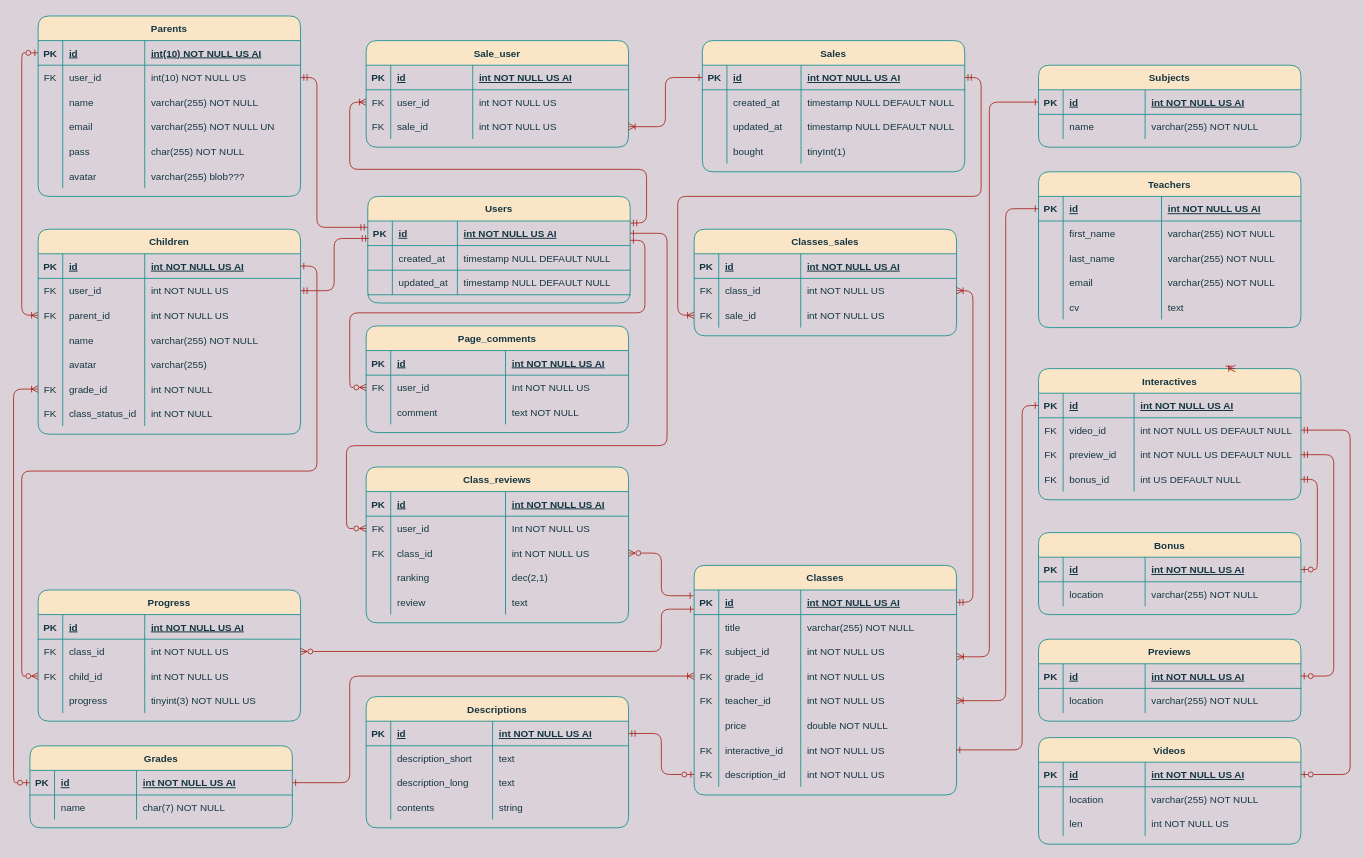
Earlier version of the draw.io diagram MundoSapienDB.drawio (0921CDFSNCN22LAED/grupo-02). Source tidied: cells renumbered, new cells numbered last; positions are measured from the earlier drawing's top-left corner, leaving out a move shared by most shapes. Both pictures are drawn from the tidied source at 82%, with x=0, y=0 at pixel (30, 16).
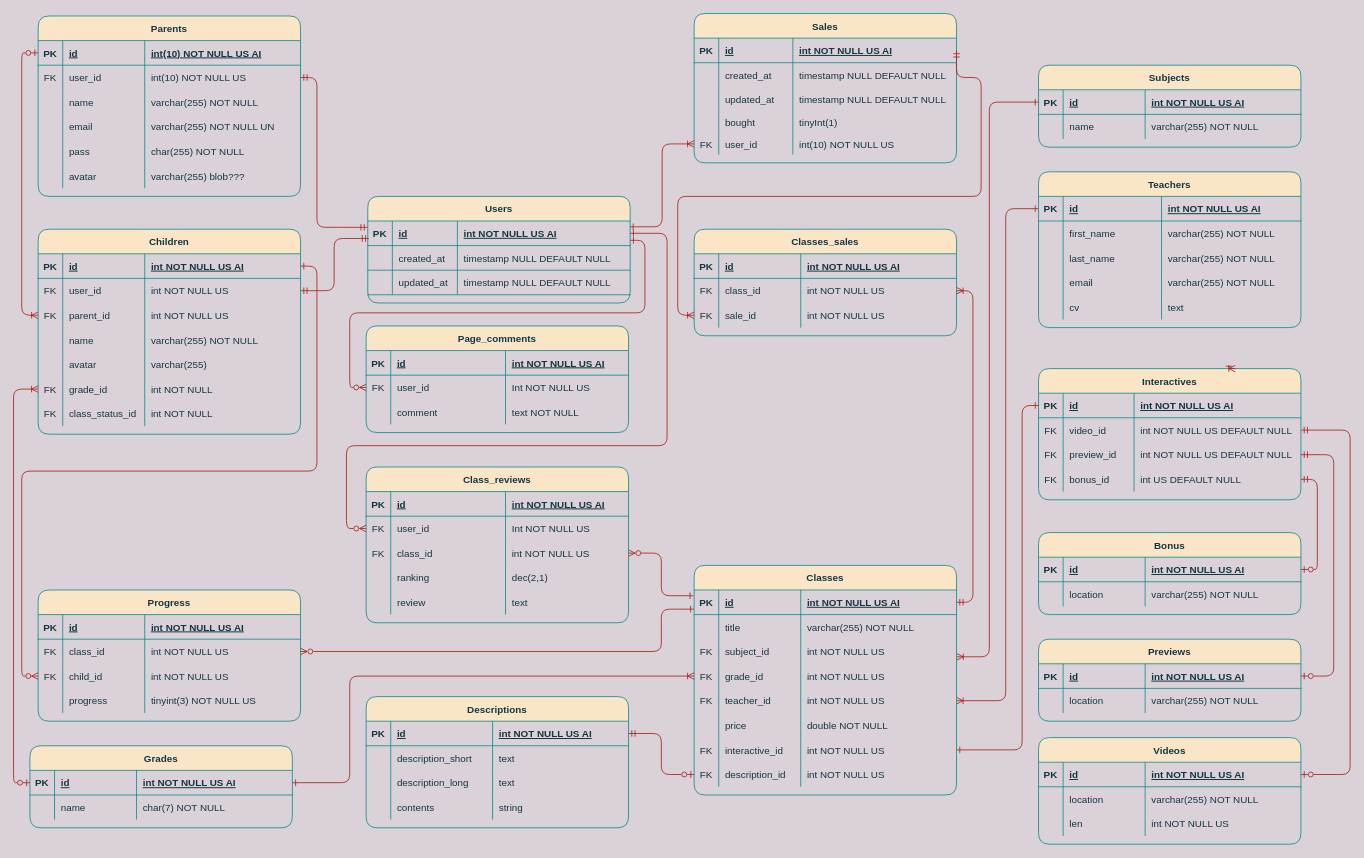
The same page after the edit.

Unchanged cells that the change refers to:
```xml
<mxCell id="204" style="shape=partialRectangle;fillColor=none;points=[[0,0.5],[1,0.5]];portConstraint=eastwest;top=0;left=0;right=0;bottom=1;rounded=1;strokeColor=#0F8B8D;fontColor=#143642;" parent="203" vertex="1">
  <mxGeometry y="30" width="320" height="30" as="geometry" />
</mxCell>
<mxCell id="250" value="Users" style="shape=table;startSize=30;childLayout=tableLayout;rowLines=0;fontStyle=1;align=center;rounded=1;fillColor=#FAE5C7;strokeColor=#0F8B8D;fontColor=#143642;" parent="1" vertex="1">
  <mxGeometry x="412" y="220" width="320" height="130" as="geometry" />
</mxCell>
<mxCell id="251" style="shape=partialRectangle;fillColor=none;points=[[0,0.5],[1,0.5]];portConstraint=eastwest;top=0;left=0;right=0;bottom=1;rounded=1;strokeColor=#0F8B8D;fontColor=#143642;" parent="250" vertex="1">
  <mxGeometry y="30" width="320" height="30" as="geometry" />
</mxCell>
```

Change to the diagram source:
```diff
@@
-    <mxCell id="4" style="edgeStyle=orthogonalEdgeStyle;jettySize=auto;html=1;startArrow=ERmandOne;startFill=0;endArrow=ERoneToMany;endFill=0;exitX=1;exitY=0.25;exitDx=0;exitDy=0;entryX=0;entryY=0.5;entryDx=0;entryDy=0;labelBackgroundColor=#DAD2D8;strokeColor=#A8201A;fontColor=#143642;" parent="1" edge="1" source="250" target="225">
-      <mxGeometry relative="1" as="geometry">
-        <Array as="points">
-          <mxPoint x="752" y="253" />
-          <mxPoint x="752" y="187" />
-          <mxPoint x="390" y="187" />
-          <mxPoint x="390" y="105" />
-        </Array>
-      </mxGeometry>
-    </mxCell>
@@
     <mxCell id="203" value="Sales" style="shape=table;startSize=30;childLayout=tableLayout;rowLines=0;fontStyle=1;align=center;rounded=1;fillColor=#FAE5C7;strokeColor=#0F8B8D;fontColor=#143642;" parent="1" vertex="1">
-      <mxGeometry x="820" y="30" width="320" height="160" as="geometry" />
+      <mxGeometry x="810" y="-3" width="320" height="182.1" as="geometry" />
     </mxCell>
@@
     <mxCell id="216" style="shape=partialRectangle;fillColor=none;top=0;left=0;right=0;bottom=0;rounded=1;strokeColor=#0F8B8D;fontColor=#143642;" parent="203" vertex="1">
-      <mxGeometry y="120" width="320" height="30" as="geometry" />
+      <mxGeometry y="120" width="320" height="26" as="geometry" />
     </mxCell>
     <mxCell id="217" style="shape=partialRectangle;overflow=hidden;fillColor=none;top=0;left=0;bottom=0;right=0;rounded=1;strokeColor=#0F8B8D;fontColor=#143642;" parent="216" vertex="1">
-      <mxGeometry width="30" height="30" as="geometry" />
+      <mxGeometry width="30" height="26" as="geometry" />
     </mxCell>
     <mxCell id="218" value="bought" style="shape=partialRectangle;overflow=hidden;fillColor=none;top=0;left=0;bottom=0;right=0;align=left;spacingLeft=6;rounded=1;strokeColor=#0F8B8D;fontColor=#143642;" parent="216" vertex="1">
-      <mxGeometry x="30" width="90.4" height="30" as="geometry" />
+      <mxGeometry x="30" width="90.4" height="26" as="geometry" />
     </mxCell>
     <mxCell id="219" value="tinyInt(1)" style="shape=partialRectangle;overflow=hidden;fillColor=none;top=0;left=0;bottom=0;right=0;align=left;spacingLeft=6;rounded=1;strokeColor=#0F8B8D;fontColor=#143642;" parent="216" vertex="1">
-      <mxGeometry x="120.4" width="199.6" height="30" as="geometry" />
+      <mxGeometry x="120.4" width="199.6" height="26" as="geometry" />
     </mxCell>
-    <mxCell id="220" value="Sale_user" style="shape=table;startSize=30;childLayout=tableLayout;rowLines=0;fontStyle=1;align=center;rounded=1;fillColor=#FAE5C7;strokeColor=#0F8B8D;fontColor=#143642;" parent="1" vertex="1">
-      <mxGeometry x="410" y="30" width="320" height="130" as="geometry" />
-    </mxCell>
-    <mxCell id="221" style="shape=partialRectangle;fillColor=none;top=0;left=0;right=0;bottom=1;rounded=1;strokeColor=#0F8B8D;fontColor=#143642;" parent="220" vertex="1">
-      <mxGeometry y="30" width="320" height="30" as="geometry" />
-    </mxCell>
-    <mxCell id="222" value="PK" style="shape=partialRectangle;overflow=hidden;fillColor=none;top=0;left=0;bottom=0;right=0;fontStyle=1;rounded=1;strokeColor=#0F8B8D;fontColor=#143642;" parent="221" vertex="1">
-      <mxGeometry width="30" height="30" as="geometry" />
-    </mxCell>
-    <mxCell id="223" value="id" style="shape=partialRectangle;overflow=hidden;fillColor=none;top=0;left=0;bottom=0;right=0;align=left;spacingLeft=6;fontStyle=5;rounded=1;strokeColor=#0F8B8D;fontColor=#143642;" parent="221" vertex="1">
-      <mxGeometry x="30" width="100" height="30" as="geometry" />
-    </mxCell>
-    <mxCell id="224" value="int NOT NULL US AI" style="shape=partialRectangle;overflow=hidden;fillColor=none;top=0;left=0;bottom=0;right=0;align=left;spacingLeft=6;fontStyle=5;rounded=1;strokeColor=#0F8B8D;fontColor=#143642;" parent="221" vertex="1">
-      <mxGeometry x="130" width="190" height="30" as="geometry" />
-    </mxCell>
-    <mxCell id="225" style="shape=partialRectangle;fillColor=none;points=[[0,0.5],[1,0.5]];portConstraint=eastwest;top=0;left=0;right=0;bottom=0;rounded=1;strokeColor=#0F8B8D;fontColor=#143642;" parent="220" vertex="1">
-      <mxGeometry y="60" width="320" height="30" as="geometry" />
-    </mxCell>
-    <mxCell id="226" value="FK" style="shape=partialRectangle;overflow=hidden;fillColor=none;top=0;left=0;bottom=0;right=0;rounded=1;strokeColor=#0F8B8D;fontColor=#143642;" parent="225" vertex="1">
-      <mxGeometry width="30" height="30" as="geometry" />
-    </mxCell>
+    <mxCell id="322" style="shape=partialRectangle;fillColor=none;points=[[0,0.5],[1,0.5]];portConstraint=eastwest;top=0;left=0;right=0;bottom=0;rounded=1;strokeColor=#0F8B8D;fontColor=#143642;" parent="203" vertex="1">
+      <mxGeometry y="146" width="320" height="26" as="geometry" />
+    </mxCell>
+    <mxCell id="323" value="FK" style="shape=partialRectangle;overflow=hidden;fillColor=none;top=0;left=0;bottom=0;right=0;rounded=1;strokeColor=#0F8B8D;fontColor=#143642;" parent="322" vertex="1">
+      <mxGeometry width="30" height="26" as="geometry" />
+    </mxCell>
-    <mxCell id="227" value="user_id" style="shape=partialRectangle;overflow=hidden;fillColor=none;top=0;left=0;bottom=0;right=0;align=left;spacingLeft=6;rounded=1;strokeColor=#0F8B8D;fontColor=#143642;" parent="225" vertex="1">
-      <mxGeometry x="30" width="100" height="30" as="geometry" />
+    <mxCell id="227" value="user_id  " style="shape=partialRectangle;overflow=hidden;fillColor=none;top=0;left=0;bottom=0;right=0;align=left;spacingLeft=6;rounded=1;strokeColor=#0F8B8D;fontColor=#143642;" parent="322" vertex="1">
+      <mxGeometry x="30" width="90.4" height="26" as="geometry" />
     </mxCell>
-    <mxCell id="228" value="int NOT NULL US" style="shape=partialRectangle;overflow=hidden;fillColor=none;top=0;left=0;bottom=0;right=0;align=left;spacingLeft=6;rounded=1;strokeColor=#0F8B8D;fontColor=#143642;" parent="225" vertex="1">
-      <mxGeometry x="130" width="190" height="30" as="geometry" />
-    </mxCell>
-    <mxCell id="229" style="shape=partialRectangle;fillColor=none;points=[[0,0.5],[1,0.5]];portConstraint=eastwest;top=0;left=0;right=0;bottom=0;rounded=1;strokeColor=#0F8B8D;fontColor=#143642;" parent="220" vertex="1">
-      <mxGeometry y="90" width="320" height="30" as="geometry" />
-    </mxCell>
-    <mxCell id="230" value="FK" style="shape=partialRectangle;overflow=hidden;fillColor=none;top=0;left=0;bottom=0;right=0;rounded=1;strokeColor=#0F8B8D;fontColor=#143642;" parent="229" vertex="1">
-      <mxGeometry width="30" height="30" as="geometry" />
-    </mxCell>
-    <mxCell id="231" value="sale_id" style="shape=partialRectangle;overflow=hidden;fillColor=none;top=0;left=0;bottom=0;right=0;align=left;spacingLeft=6;rounded=1;strokeColor=#0F8B8D;fontColor=#143642;" parent="229" vertex="1">
-      <mxGeometry x="30" width="100" height="30" as="geometry" />
-    </mxCell>
-    <mxCell id="232" value="int NOT NULL US" style="shape=partialRectangle;overflow=hidden;fillColor=none;top=0;left=0;bottom=0;right=0;align=left;spacingLeft=6;rounded=1;strokeColor=#0F8B8D;fontColor=#143642;" parent="229" vertex="1">
-      <mxGeometry x="130" width="190" height="30" as="geometry" />
-    </mxCell>
-    <mxCell id="233" style="edgeStyle=orthogonalEdgeStyle;jettySize=auto;html=1;startArrow=ERoneToMany;startFill=0;endArrow=ERone;endFill=0;exitX=1;exitY=0.5;exitDx=0;exitDy=0;sketch=0;labelBackgroundColor=#DAD2D8;strokeColor=#A8201A;fontColor=#143642;" parent="1" edge="1" source="229" target="204">
-      <mxGeometry relative="1" as="geometry" />
-    </mxCell>
+    <mxCell id="324" value="int(10) NOT NULL US" style="shape=partialRectangle;overflow=hidden;fillColor=none;top=0;left=0;bottom=0;right=0;align=left;spacingLeft=6;rounded=1;strokeColor=#0F8B8D;fontColor=#143642;" parent="322" vertex="1">
+      <mxGeometry x="120.4" width="199.6" height="26" as="geometry" />
+    </mxCell>
@@
+    <mxCell id="325" style="edgeStyle=orthogonalEdgeStyle;jettySize=auto;html=1;exitX=0.999;exitY=0.235;exitDx=0;exitDy=0;startArrow=ERone;startFill=0;endArrow=ERoneToMany;endFill=0;labelBackgroundColor=#DAD2D8;strokeColor=#A8201A;fontColor=#143642;exitPerimeter=0;entryX=0;entryY=0.5;entryDx=0;entryDy=0;" parent="1" edge="1" source="251" target="322">
+      <mxGeometry relative="1" as="geometry" />
+    </mxCell>
```
